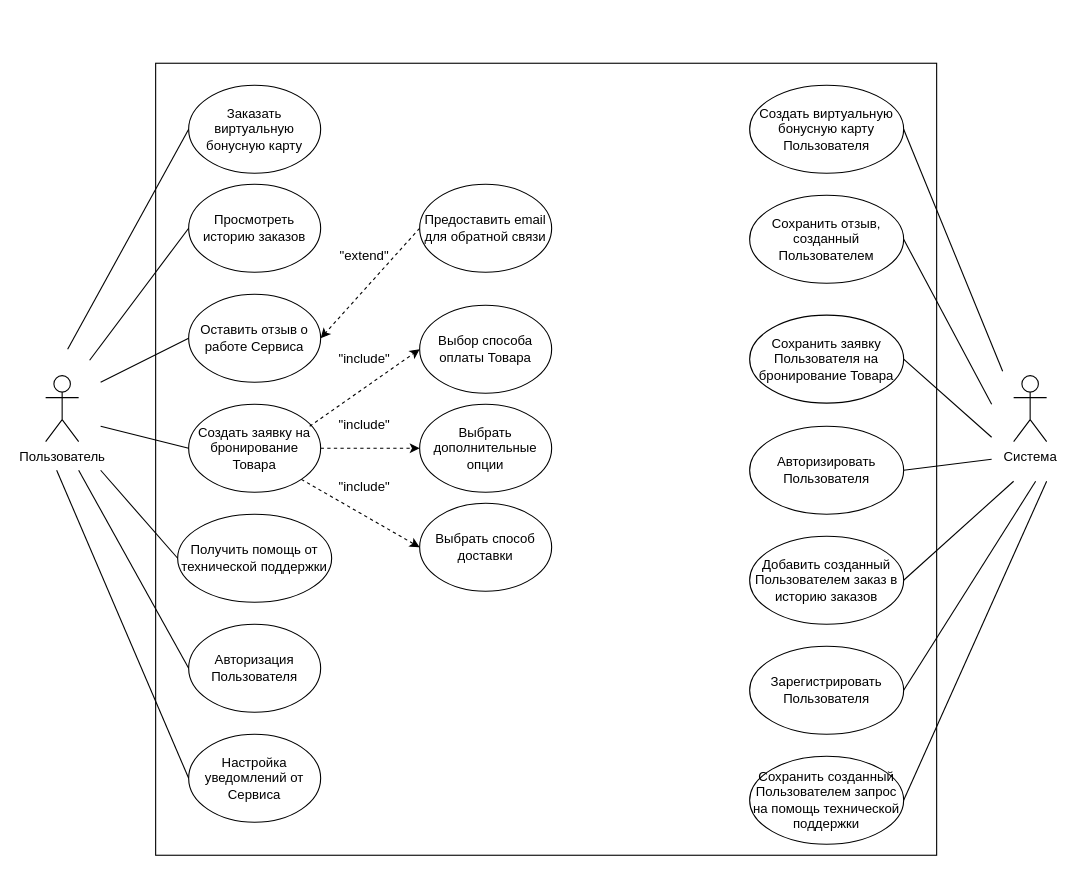
Before: Диаграмма Крутиколеса.drawio in pytonuserouner/UML_study, a draw.io diagram. Source tidied: cells renumbered, new cells numbered last; positions are measured from the earlier drawing's top-left corner, leaving out a move shared by most shapes. Both pictures are drawn from the tidied source at 110%, with x=0, y=0 at pixel (45, 63).
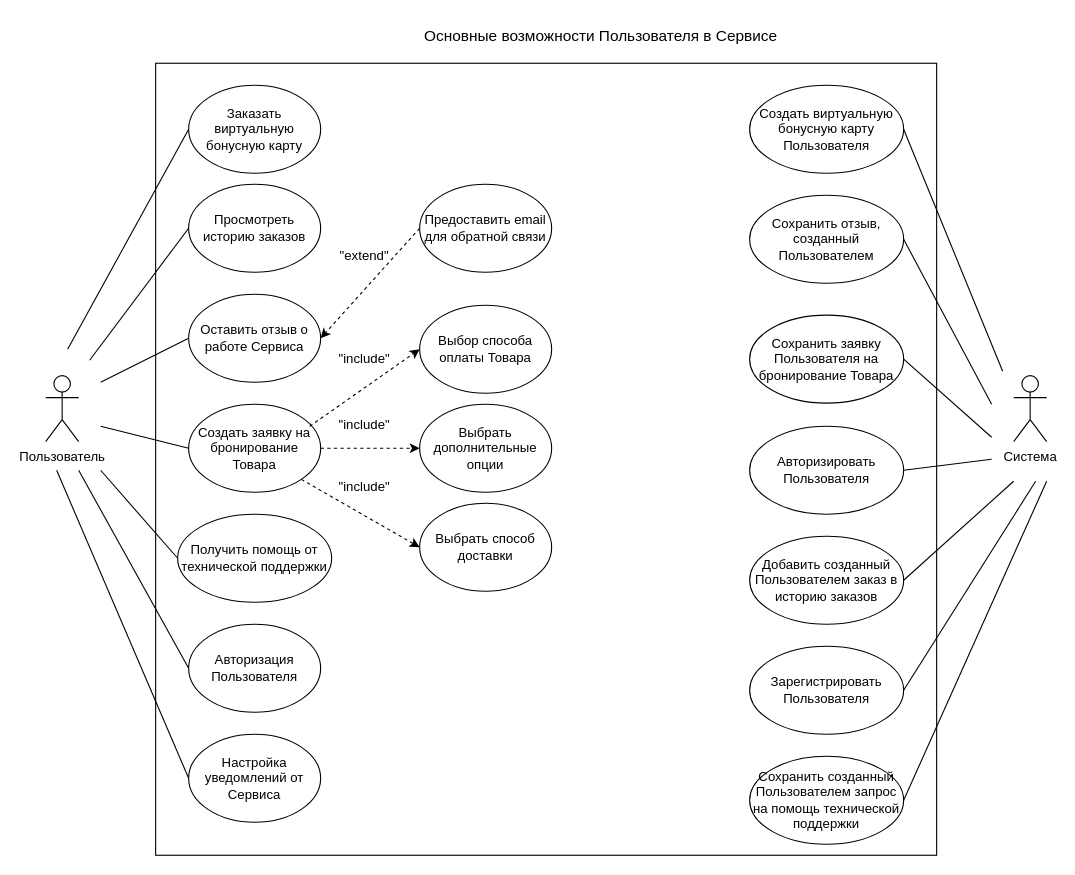
Above is the later version.

What changed in the source:
```diff
@@
+    <mxCell id="45" value="&lt;font style=&quot;font-size: 14px;&quot;&gt;Основные возможности Пользователя в Сервисе&lt;/font&gt;" style="text;html=1;align=center;verticalAlign=middle;whiteSpace=wrap;rounded=0;" parent="1" vertex="1">
+      <mxGeometry x="315" y="-40" width="380" height="30" as="geometry" />
+    </mxCell>
```
